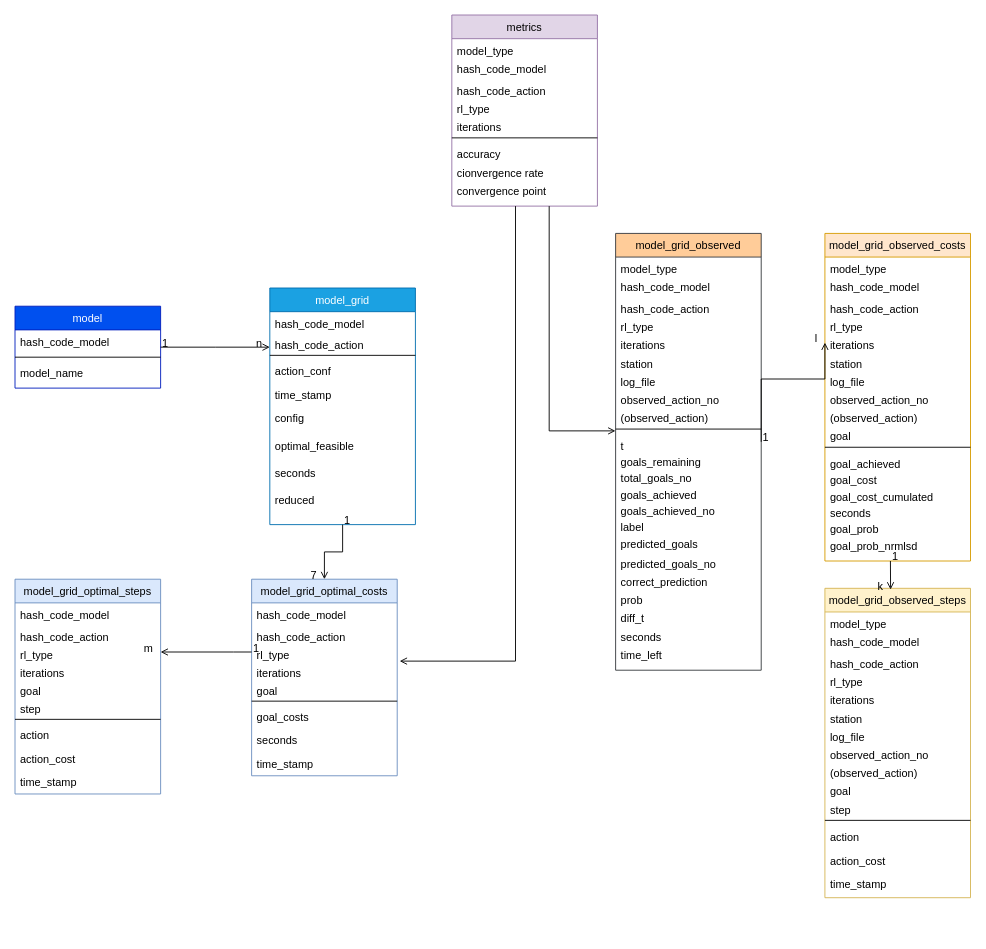
Earlier version of the draw.io diagram Datenmodell.drawio (MatthiasWikenheiser/goal_recognition). Source tidied: cells renumbered, new cells numbered last; positions are measured from the earlier drawing's top-left corner, leaving out a move shared by most shapes. Both pictures are drawn from the tidied source at 91%, with x=0, y=0 at pixel (15, 15).
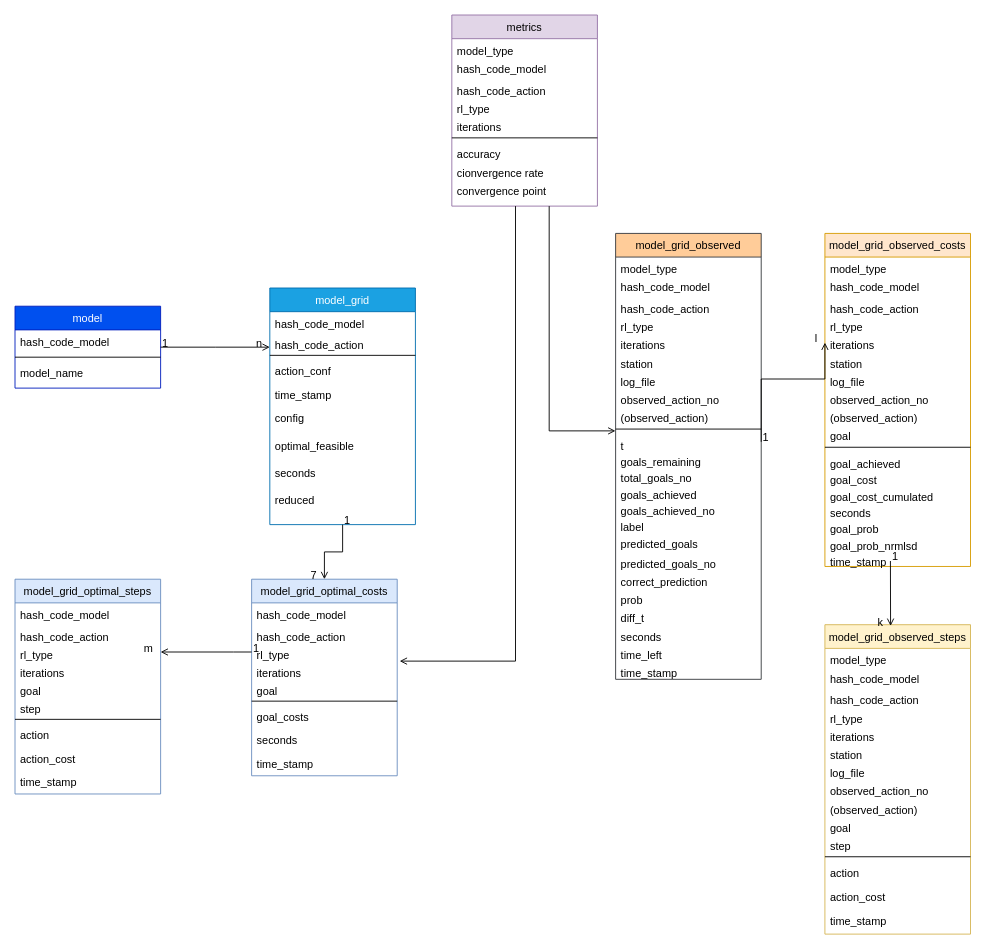
Above is the later version.

The edit, as a diff of the source:
```diff
@@
     <mxCell id="46" value="model_grid_observed_steps&#10;" style="swimlane;fontStyle=0;align=center;verticalAlign=top;horizontal=1;startSize=26;rounded=0;shadow=0;strokeWidth=1;fillColor=#fff2cc;strokeColor=#d6b656;" parent="1" vertex="1">
-      <mxGeometry x="890" y="630" width="160" height="340" as="geometry" />
+      <mxGeometry x="890" y="670" width="160" height="340" as="geometry" />
     </mxCell>
@@
     <mxCell id="62" value="model_grid_observed_costs&#10;" style="swimlane;fontStyle=0;align=center;verticalAlign=top;horizontal=1;startSize=26;rounded=0;shadow=0;strokeWidth=1;fillColor=#ffe6cc;strokeColor=#d79b00;" parent="1" vertex="1">
-      <mxGeometry x="890" y="240" width="160" height="360" as="geometry" />
+      <mxGeometry x="890" y="240" width="160" height="366" as="geometry" />
     </mxCell>
@@
+    <mxCell id="122" value="time_stamp" style="text;align=left;verticalAlign=top;spacingLeft=4;spacingRight=4;overflow=hidden;" parent="62" vertex="1">
+      <mxGeometry y="348" width="160" height="18" as="geometry" />
+    </mxCell>
@@
     <mxCell id="83" value="model_grid_observed&#10;" style="swimlane;fontStyle=0;align=center;verticalAlign=top;horizontal=1;startSize=26;rounded=0;shadow=0;strokeWidth=1;fillColor=#ffcc99;strokeColor=#36393d;" parent="1" vertex="1">
-      <mxGeometry x="660" y="240" width="160" height="480" as="geometry" />
+      <mxGeometry x="660" y="240" width="160" height="490" as="geometry" />
     </mxCell>
@@
+    <mxCell id="123" value="seconds" style="text;align=left;verticalAlign=top;spacingLeft=4;spacingRight=4;overflow=hidden;" parent="83" vertex="1">
+      <mxGeometry y="430" width="160" height="20" as="geometry" />
+    </mxCell>
+    <mxCell id="106" value="time_left" style="text;align=left;verticalAlign=top;spacingLeft=4;spacingRight=4;overflow=hidden;" parent="83" vertex="1">
+      <mxGeometry y="450" width="160" height="20" as="geometry" />
+    </mxCell>
-    <mxCell id="105" value="seconds" style="text;align=left;verticalAlign=top;spacingLeft=4;spacingRight=4;overflow=hidden;" parent="83" vertex="1">
-      <mxGeometry y="430" width="160" height="20" as="geometry" />
+    <mxCell id="105" value="time_stamp" style="text;align=left;verticalAlign=top;spacingLeft=4;spacingRight=4;overflow=hidden;" parent="83" vertex="1">
+      <mxGeometry y="470" width="160" height="20" as="geometry" />
     </mxCell>
-    <mxCell id="106" value="time_left" style="text;align=left;verticalAlign=top;spacingLeft=4;spacingRight=4;overflow=hidden;" parent="83" vertex="1">
-      <mxGeometry y="450" width="160" height="20" as="geometry" />
-    </mxCell>
```
